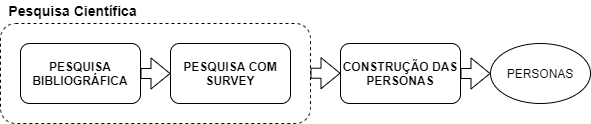
Before: figuras/metodologia/fluxo geral.png, a diagram exported from draw.io (Mateusas3s/TCC2_Personas). Source tidied: cells renumbered, new cells last; positions are measured from the earlier drawing's top-left corner, leaving out a move shared by most shapes.
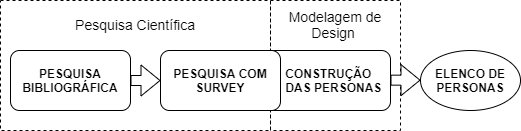
The same file after the commit.

Change to the diagram source:
```diff
@@ -2,37 +2,38 @@
   <root>
     <mxCell id="0" />
     <mxCell id="1" parent="0" />
+    <mxCell id="11" style="rounded=1;whiteSpace=wrap;html=1;fillColor=none;dashed=1;arcSize=0;" parent="1" vertex="1">
+      <mxGeometry x="280" y="-7" width="130" height="130" as="geometry" />
+    </mxCell>
-    <mxCell id="2" style="rounded=1;whiteSpace=wrap;html=1;fillColor=none;dashed=1;" parent="1" vertex="1">
-      <mxGeometry y="23" width="310" height="100" as="geometry" />
+    <mxCell id="2" style="rounded=1;whiteSpace=wrap;html=1;fillColor=none;dashed=1;arcSize=0;" parent="1" vertex="1">
+      <mxGeometry x="10" y="-7" width="270" height="130" as="geometry" />
     </mxCell>
     <mxCell id="3" value="PESQUISA BIBLIOGRÁFICA" style="rounded=1;whiteSpace=wrap;html=1;fontStyle=1;" parent="1" vertex="1">
       <mxGeometry x="20" y="43" width="120" height="60" as="geometry" />
     </mxCell>
-    <mxCell id="4" value="PESQUISA COM SURVEY" style="rounded=1;whiteSpace=wrap;html=1;fontStyle=1;" parent="1" vertex="1">
-      <mxGeometry x="170" y="43" width="120" height="60" as="geometry" />
-    </mxCell>
-    <mxCell id="5" value="CONSTRUÇÃO DAS PERSONAS" style="rounded=1;whiteSpace=wrap;html=1;fontStyle=1;" parent="1" vertex="1">
-      <mxGeometry x="340" y="43" width="120" height="60" as="geometry" />
+    <mxCell id="5" value="&lt;span style=&quot;&quot;&gt;&amp;nbsp; &amp;nbsp; &amp;nbsp; &amp;nbsp;CONSTRUÇÃO&lt;br&gt;&amp;nbsp; &amp;nbsp; &amp;nbsp; &amp;nbsp;DAS PERSONAS&lt;/span&gt;" style="rounded=1;whiteSpace=wrap;html=1;fontStyle=1;align=left;" parent="1" vertex="1">
+      <mxGeometry x="270" y="43" width="130" height="60" as="geometry" />
     </mxCell>
     <mxCell id="6" style="shape=flexArrow;endArrow=classic;html=1;exitX=1;exitY=0.5;exitDx=0;exitDy=0;entryX=0;entryY=0.5;entryDx=0;entryDy=0;" parent="1" edge="1" source="3" target="4">
       <mxGeometry relative="1" as="geometry" />
     </mxCell>
-    <mxCell id="7" style="shape=flexArrow;endArrow=classic;html=1;exitX=1;exitY=0.5;exitDx=0;exitDy=0;" parent="1" edge="1">
-      <mxGeometry relative="1" as="geometry">
-        <mxPoint x="310" y="72.7" as="sourcePoint" />
-        <mxPoint x="340" y="72.7" as="targetPoint" />
-      </mxGeometry>
-    </mxCell>
-    <mxCell id="8" value="&lt;b&gt;&lt;font style=&quot;font-size: 14px&quot;&gt;Pesquisa Científica&lt;/font&gt;&lt;/b&gt;" style="text;html=1;strokeColor=none;fillColor=none;align=center;verticalAlign=middle;whiteSpace=wrap;rounded=0;dashed=1;" parent="1" vertex="1">
-      <mxGeometry x="5" width="135" height="20" as="geometry" />
+    <mxCell id="8" value="&lt;span&gt;&lt;font style=&quot;font-size: 14px&quot;&gt;Pesquisa Científica&lt;/font&gt;&lt;/span&gt;" style="text;html=1;strokeColor=none;fillColor=none;align=center;verticalAlign=middle;whiteSpace=wrap;rounded=0;dashed=1;fontStyle=0;" parent="1" vertex="1">
+      <mxGeometry x="80" y="7" width="130" height="20" as="geometry" />
     </mxCell>
-    <mxCell id="9" value="PERSONAS" style="ellipse;whiteSpace=wrap;html=1;fillColor=none;" parent="1" vertex="1">
-      <mxGeometry x="490" y="43" width="100" height="60" as="geometry" />
+    <mxCell id="9" value="ELENCO DE PERSONAS" style="ellipse;whiteSpace=wrap;html=1;fillColor=none;fontStyle=1;" parent="1" vertex="1">
+      <mxGeometry x="430" y="43" width="100" height="60" as="geometry" />
     </mxCell>
-    <mxCell id="10" style="shape=flexArrow;endArrow=classic;html=1;entryX=0;entryY=0.5;entryDx=0;entryDy=0;exitX=1;exitY=0.5;exitDx=0;exitDy=0;" parent="1" edge="1" target="9">
+    <mxCell id="10" style="shape=flexArrow;endArrow=classic;html=1;entryX=0;entryY=0.5;entryDx=0;entryDy=0;exitX=1;exitY=0.5;exitDx=0;exitDy=0;fillColor=default;" parent="1" edge="1">
       <mxGeometry relative="1" as="geometry">
-        <mxPoint x="460" y="73" as="sourcePoint" />
+        <mxPoint x="400" y="72.7" as="sourcePoint" />
+        <mxPoint x="430" y="72.7" as="targetPoint" />
       </mxGeometry>
     </mxCell>
+    <mxCell id="4" value="PESQUISA COM SURVEY" style="rounded=1;whiteSpace=wrap;html=1;fontStyle=1;" parent="1" vertex="1">
+      <mxGeometry x="170" y="43" width="120" height="60" as="geometry" />
+    </mxCell>
+    <mxCell id="12" value="&lt;span&gt;&lt;font style=&quot;font-size: 14px&quot;&gt;Modelagem de Design&amp;nbsp;&lt;/font&gt;&lt;/span&gt;" style="text;html=1;strokeColor=none;fillColor=none;align=center;verticalAlign=middle;whiteSpace=wrap;rounded=0;dashed=1;fontStyle=0;" parent="1" vertex="1">
+      <mxGeometry x="290" y="7" width="110" height="20" as="geometry" />
+    </mxCell>
   </root>
 </mxGraphModel>
```
